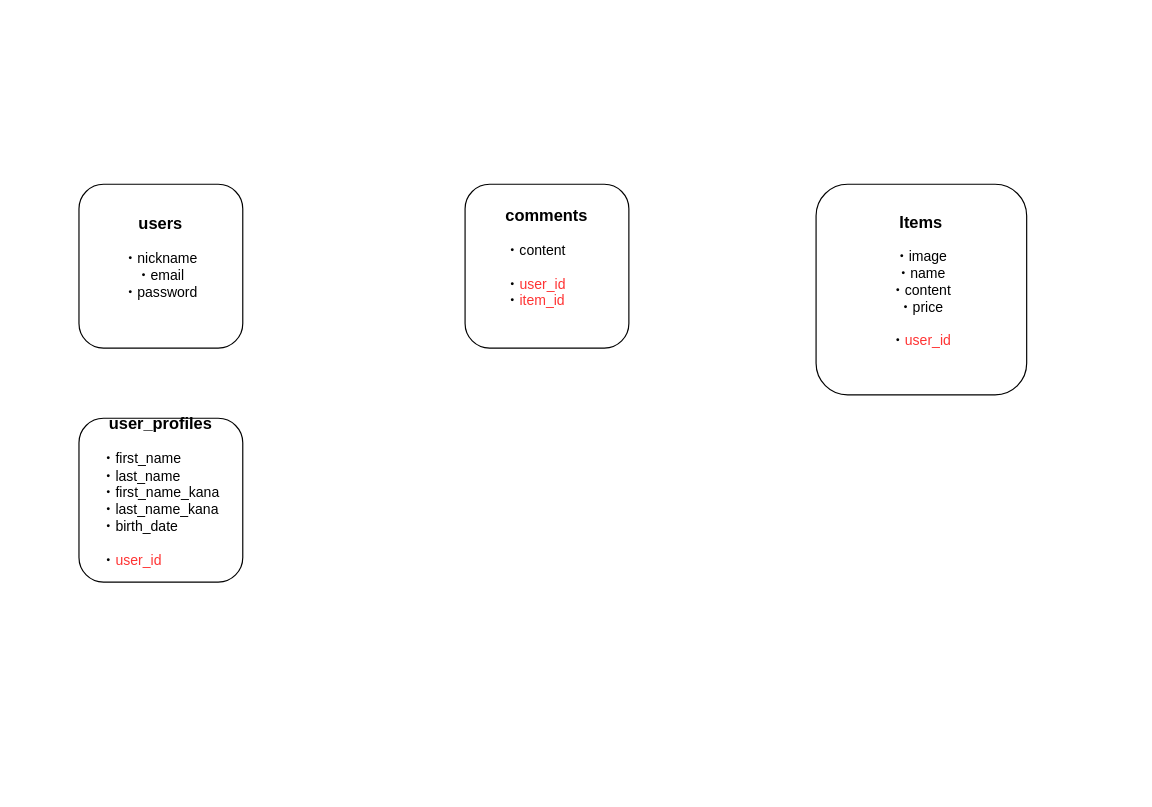
The draw.io diagram furima-29676.drawio in yuma-matsui/furima-29676, before the edit. Source tidied: cells renumbered, new cells numbered last; positions are measured from the earlier drawing's top-left corner, leaving out a move shared by most shapes. Both pictures are drawn from the tidied source at 117%, with x=0, y=0 at pixel (78, 184).
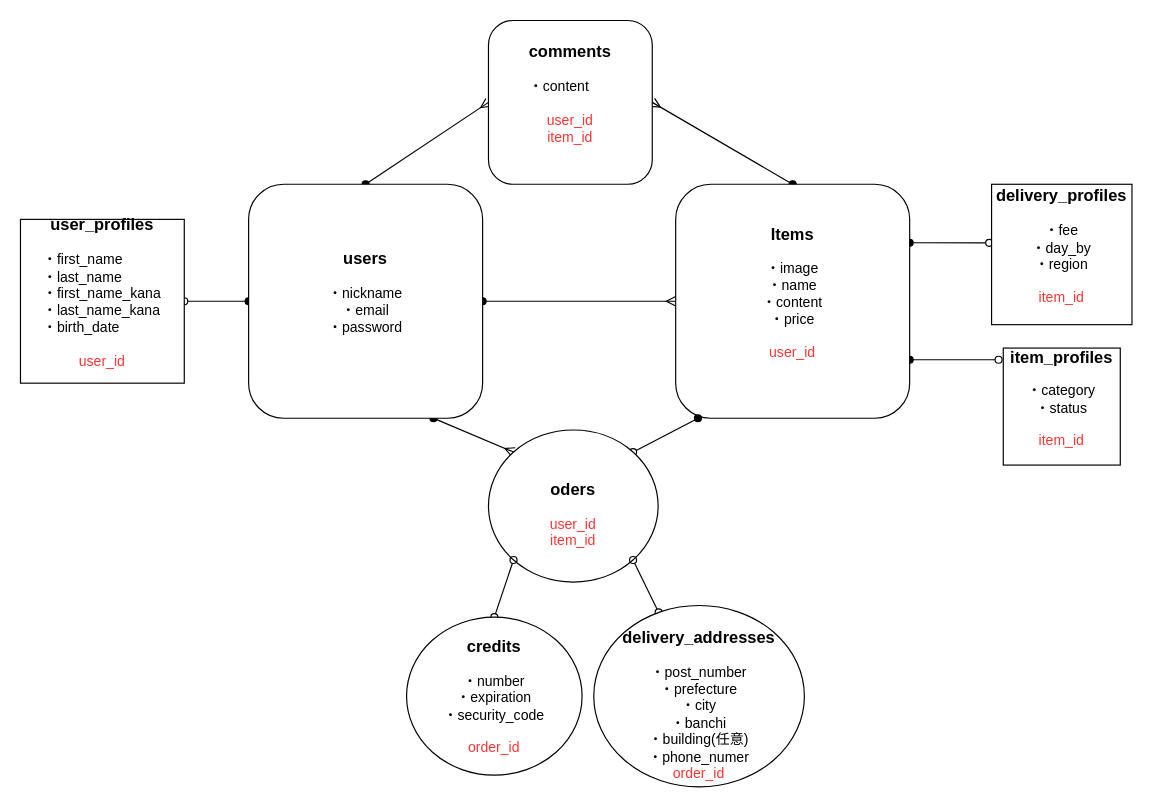
The same page after the edit.

Change to the diagram source:
```diff
@@
+    <mxCell id="6" style="edgeStyle=none;rounded=0;jettySize=auto;html=1;exitX=0;exitY=0.5;exitDx=0;exitDy=0;startArrow=ERmany;startFill=0;endArrow=oval;endFill=1;strokeColor=#000000;fontColor=#FF3333;entryX=0.5;entryY=0;entryDx=0;entryDy=0;" parent="1" edge="1" source="2" target="3">
+      <mxGeometry relative="1" as="geometry" />
+    </mxCell>
+    <mxCell id="7" style="edgeStyle=none;rounded=0;jettySize=auto;html=1;exitX=1;exitY=0.5;exitDx=0;exitDy=0;startArrow=ERmany;startFill=0;endArrow=oval;endFill=1;strokeColor=#000000;fontColor=#FF3333;entryX=0.5;entryY=0;entryDx=0;entryDy=0;" parent="1" edge="1" source="2" target="5">
+      <mxGeometry relative="1" as="geometry" />
+    </mxCell>
-    <mxCell id="2" value="&lt;h3&gt;comments&lt;/h3&gt;&lt;div style=&quot;text-align: left ; font-size: 11px&quot;&gt;&lt;span style=&quot;font-size: 12px&quot;&gt;・content&lt;/span&gt;&lt;br&gt;&lt;/div&gt;&lt;div style=&quot;text-align: left ; font-size: 11px&quot;&gt;&lt;span style=&quot;font-size: 12px&quot;&gt;&lt;br&gt;&lt;/span&gt;&lt;/div&gt;&lt;div style=&quot;text-align: left ; font-size: 11px&quot;&gt;&lt;span style=&quot;font-size: 12px&quot;&gt;・&lt;font color=&quot;#ff3333&quot;&gt;user_id&lt;/font&gt;&lt;/span&gt;&lt;/div&gt;&lt;div style=&quot;text-align: left ; font-size: 11px&quot;&gt;&lt;span style=&quot;font-size: 12px&quot;&gt;・&lt;font color=&quot;#ff3333&quot;&gt;item_id&lt;/font&gt;&lt;/span&gt;&lt;/div&gt;&lt;div style=&quot;text-align: left ; font-size: 11px&quot;&gt;&lt;span style=&quot;font-size: 12px&quot;&gt;&lt;font color=&quot;#ff3333&quot;&gt;&lt;br&gt;&lt;/font&gt;&lt;/span&gt;&lt;/div&gt;&lt;div style=&quot;text-align: left ; font-size: 11px&quot;&gt;&lt;span style=&quot;font-size: 12px&quot;&gt;&lt;br&gt;&lt;/span&gt;&lt;/div&gt;" style="whiteSpace=wrap;html=1;align=center;rounded=1;" parent="1" vertex="1">
-      <mxGeometry x="330" width="140" height="140" as="geometry" />
+    <mxCell id="2" value="&lt;h3&gt;comments&lt;/h3&gt;&lt;div style=&quot;text-align: left ; font-size: 11px&quot;&gt;&lt;span style=&quot;font-size: 12px&quot;&gt;・content&lt;/span&gt;&lt;br&gt;&lt;/div&gt;&lt;div style=&quot;text-align: left ; font-size: 11px&quot;&gt;&lt;span style=&quot;font-size: 12px&quot;&gt;&lt;br&gt;&lt;/span&gt;&lt;/div&gt;&lt;div style=&quot;font-size: 11px&quot;&gt;&lt;span style=&quot;font-size: 12px&quot;&gt;&lt;font color=&quot;#ff3333&quot;&gt;user_id&lt;/font&gt;&lt;/span&gt;&lt;/div&gt;&lt;div style=&quot;font-size: 11px&quot;&gt;&lt;span style=&quot;color: rgb(255 , 51 , 51) ; font-size: 12px&quot;&gt;item_id&lt;/span&gt;&lt;/div&gt;&lt;div style=&quot;text-align: left ; font-size: 11px&quot;&gt;&lt;span style=&quot;font-size: 12px&quot;&gt;&lt;font color=&quot;#ff3333&quot;&gt;&lt;br&gt;&lt;/font&gt;&lt;/span&gt;&lt;/div&gt;&lt;div style=&quot;text-align: left ; font-size: 11px&quot;&gt;&lt;span style=&quot;font-size: 12px&quot;&gt;&lt;br&gt;&lt;/span&gt;&lt;/div&gt;" style="whiteSpace=wrap;html=1;align=center;rounded=1;" parent="1" vertex="1">
+      <mxGeometry x="350" y="-140" width="140" height="140" as="geometry" />
     </mxCell>
+    <mxCell id="8" style="edgeStyle=none;rounded=0;jettySize=auto;html=1;entryX=0;entryY=0;entryDx=0;entryDy=0;startArrow=oval;startFill=1;endArrow=ERmany;endFill=0;strokeColor=#000000;fontColor=#FF3333;" parent="1" edge="1" target="16">
+      <mxGeometry relative="1" as="geometry">
+        <mxPoint x="303" y="200" as="sourcePoint" />
+      </mxGeometry>
+    </mxCell>
+    <mxCell id="9" style="edgeStyle=none;rounded=0;jettySize=auto;html=1;startArrow=oval;startFill=1;endArrow=oval;endFill=0;strokeColor=#000000;fontColor=#FF3333;" parent="1" edge="1" source="3" target="4">
+      <mxGeometry relative="1" as="geometry" />
+    </mxCell>
+    <mxCell id="10" style="edgeStyle=none;rounded=0;jettySize=auto;html=1;exitX=1;exitY=0.5;exitDx=0;exitDy=0;entryX=0;entryY=0.5;entryDx=0;entryDy=0;startArrow=oval;startFill=1;endArrow=ERmany;endFill=0;strokeColor=#000000;fontColor=#FF3333;" parent="1" edge="1" source="3" target="5">
+      <mxGeometry relative="1" as="geometry" />
+    </mxCell>
     <mxCell id="3" value="&lt;h3&gt;users&lt;/h3&gt;&lt;div&gt;・nickname&lt;/div&gt;&lt;div&gt;・email&lt;/div&gt;&lt;div&gt;・password&lt;/div&gt;&lt;div&gt;&lt;br&gt;&lt;/div&gt;&lt;div style=&quot;text-align: left ; font-size: 11px&quot;&gt;&lt;span style=&quot;font-size: 12px&quot;&gt;&lt;br&gt;&lt;/span&gt;&lt;/div&gt;" style="whiteSpace=wrap;html=1;align=center;rounded=1;" parent="1" vertex="1">
-      <mxGeometry width="140" height="140" as="geometry" />
+      <mxGeometry x="145" width="200" height="200" as="geometry" />
     </mxCell>
-    <mxCell id="4" value="&lt;h3&gt;user_profiles&lt;/h3&gt;&lt;div style=&quot;text-align: left ; font-size: 11px&quot;&gt;&lt;span style=&quot;font-size: 12px&quot;&gt;・first_name&lt;/span&gt;&lt;br&gt;&lt;/div&gt;&lt;div style=&quot;text-align: left ; font-size: 11px&quot;&gt;&lt;span style=&quot;font-size: 12px&quot;&gt;・last_name&lt;/span&gt;&lt;/div&gt;&lt;div style=&quot;text-align: left ; font-size: 11px&quot;&gt;&lt;span style=&quot;font-size: 12px&quot;&gt;・first_name_kana&lt;/span&gt;&lt;/div&gt;&lt;div style=&quot;text-align: left ; font-size: 11px&quot;&gt;&lt;span style=&quot;font-size: 12px&quot;&gt;・last_name_kana&lt;/span&gt;&lt;/div&gt;&lt;div style=&quot;text-align: left ; font-size: 11px&quot;&gt;&lt;span style=&quot;font-size: 12px&quot;&gt;・birth_date&lt;/span&gt;&lt;/div&gt;&lt;div style=&quot;text-align: left ; font-size: 11px&quot;&gt;&lt;span style=&quot;font-size: 12px&quot;&gt;&lt;br&gt;&lt;/span&gt;&lt;/div&gt;&lt;div style=&quot;text-align: left ; font-size: 11px&quot;&gt;&lt;span style=&quot;font-size: 12px&quot;&gt;・&lt;font color=&quot;#ff3333&quot;&gt;user_id&lt;/font&gt;&lt;/span&gt;&lt;/div&gt;&lt;div style=&quot;text-align: left ; font-size: 11px&quot;&gt;&lt;span style=&quot;font-size: 12px&quot;&gt;&lt;font color=&quot;#ff3333&quot;&gt;&lt;br&gt;&lt;/font&gt;&lt;/span&gt;&lt;/div&gt;&lt;div style=&quot;text-align: left ; font-size: 11px&quot;&gt;&lt;span style=&quot;font-size: 12px&quot;&gt;&lt;br&gt;&lt;/span&gt;&lt;/div&gt;" style="whiteSpace=wrap;html=1;align=center;rounded=1;" parent="1" vertex="1">
-      <mxGeometry y="200" width="140" height="140" as="geometry" />
+    <mxCell id="4" value="&lt;h3&gt;user_profiles&lt;/h3&gt;&lt;div style=&quot;text-align: left ; font-size: 11px&quot;&gt;&lt;span style=&quot;font-size: 12px&quot;&gt;・first_name&lt;/span&gt;&lt;br&gt;&lt;/div&gt;&lt;div style=&quot;text-align: left ; font-size: 11px&quot;&gt;&lt;span style=&quot;font-size: 12px&quot;&gt;・last_name&lt;/span&gt;&lt;/div&gt;&lt;div style=&quot;text-align: left ; font-size: 11px&quot;&gt;&lt;span style=&quot;font-size: 12px&quot;&gt;・first_name_kana&lt;/span&gt;&lt;/div&gt;&lt;div style=&quot;text-align: left ; font-size: 11px&quot;&gt;&lt;span style=&quot;font-size: 12px&quot;&gt;・last_name_kana&lt;/span&gt;&lt;/div&gt;&lt;div style=&quot;text-align: left ; font-size: 11px&quot;&gt;&lt;span style=&quot;font-size: 12px&quot;&gt;・birth_date&lt;/span&gt;&lt;/div&gt;&lt;div style=&quot;text-align: left ; font-size: 11px&quot;&gt;&lt;span style=&quot;font-size: 12px&quot;&gt;&lt;br&gt;&lt;/span&gt;&lt;/div&gt;&lt;div style=&quot;font-size: 11px&quot;&gt;&lt;span style=&quot;font-size: 12px&quot;&gt;&lt;font color=&quot;#ff3333&quot;&gt;user_id&lt;/font&gt;&lt;/span&gt;&lt;/div&gt;&lt;div style=&quot;text-align: left ; font-size: 11px&quot;&gt;&lt;span style=&quot;font-size: 12px&quot;&gt;&lt;font color=&quot;#ff3333&quot;&gt;&lt;br&gt;&lt;/font&gt;&lt;/span&gt;&lt;/div&gt;&lt;div style=&quot;text-align: left ; font-size: 11px&quot;&gt;&lt;span style=&quot;font-size: 12px&quot;&gt;&lt;br&gt;&lt;/span&gt;&lt;/div&gt;" style="whiteSpace=wrap;html=1;align=center;rounded=0;" parent="1" vertex="1">
+      <mxGeometry x="-50" y="30" width="140" height="140" as="geometry" />
     </mxCell>
+    <mxCell id="11" style="edgeStyle=none;rounded=0;jettySize=auto;html=1;exitX=1;exitY=0.25;exitDx=0;exitDy=0;entryX=-0.017;entryY=0.417;entryDx=0;entryDy=0;entryPerimeter=0;startArrow=oval;startFill=1;endArrow=oval;endFill=0;strokeColor=#000000;fontColor=#FF3333;" parent="1" edge="1" source="5" target="14">
+      <mxGeometry relative="1" as="geometry" />
+    </mxCell>
+    <mxCell id="12" style="edgeStyle=none;rounded=0;jettySize=auto;html=1;exitX=1;exitY=0.75;exitDx=0;exitDy=0;entryX=-0.04;entryY=0.1;entryDx=0;entryDy=0;entryPerimeter=0;startArrow=oval;startFill=1;endArrow=oval;endFill=0;strokeColor=#000000;fontColor=#FF3333;" parent="1" edge="1" source="5" target="13">
+      <mxGeometry relative="1" as="geometry" />
+    </mxCell>
-    <mxCell id="5" value="&lt;h3&gt;Items&lt;/h3&gt;&lt;div&gt;・image&lt;/div&gt;&lt;div&gt;・name&lt;/div&gt;&lt;div&gt;・content&lt;/div&gt;&lt;div&gt;・price&lt;/div&gt;&lt;div style=&quot;text-align: left ; font-size: 11px&quot;&gt;&lt;span style=&quot;font-size: 12px&quot;&gt;&lt;br&gt;&lt;/span&gt;&lt;/div&gt;&lt;div style=&quot;text-align: left ; font-size: 11px&quot;&gt;&lt;span style=&quot;font-size: 12px&quot;&gt;・&lt;font color=&quot;#ff3333&quot;&gt;user_id&lt;/font&gt;&lt;/span&gt;&lt;/div&gt;&lt;div style=&quot;text-align: left ; font-size: 11px&quot;&gt;&lt;span style=&quot;font-size: 12px&quot;&gt;&lt;font color=&quot;#ff3333&quot;&gt;&lt;br&gt;&lt;/font&gt;&lt;/span&gt;&lt;/div&gt;&lt;div style=&quot;text-align: left ; font-size: 11px&quot;&gt;&lt;span style=&quot;font-size: 12px&quot;&gt;&lt;br&gt;&lt;/span&gt;&lt;/div&gt;" style="whiteSpace=wrap;html=1;align=center;rounded=1;" parent="1" vertex="1">
-      <mxGeometry x="630" width="180" height="180" as="geometry" />
+    <mxCell id="5" value="&lt;h3&gt;Items&lt;/h3&gt;&lt;div&gt;・image&lt;/div&gt;&lt;div&gt;・name&lt;/div&gt;&lt;div&gt;・content&lt;/div&gt;&lt;div&gt;・price&lt;/div&gt;&lt;div style=&quot;text-align: left ; font-size: 11px&quot;&gt;&lt;span style=&quot;font-size: 12px&quot;&gt;&lt;br&gt;&lt;/span&gt;&lt;/div&gt;&lt;div style=&quot;font-size: 11px&quot;&gt;&lt;span style=&quot;font-size: 12px&quot;&gt;&lt;font color=&quot;#ff3333&quot;&gt;user_id&lt;/font&gt;&lt;/span&gt;&lt;/div&gt;&lt;div style=&quot;text-align: left ; font-size: 11px&quot;&gt;&lt;span style=&quot;font-size: 12px&quot;&gt;&lt;font color=&quot;#ff3333&quot;&gt;&lt;br&gt;&lt;/font&gt;&lt;/span&gt;&lt;/div&gt;&lt;div style=&quot;text-align: left ; font-size: 11px&quot;&gt;&lt;span style=&quot;font-size: 12px&quot;&gt;&lt;br&gt;&lt;/span&gt;&lt;/div&gt;" style="whiteSpace=wrap;html=1;align=center;rounded=1;" parent="1" vertex="1">
+      <mxGeometry x="510" width="200" height="200" as="geometry" />
     </mxCell>
+    <mxCell id="13" value="&lt;h3&gt;item_profiles&lt;/h3&gt;&lt;div style=&quot;font-size: 11px&quot;&gt;&lt;span style=&quot;font-size: 12px&quot;&gt;・category&lt;/span&gt;&lt;br&gt;&lt;/div&gt;&lt;div&gt;・status&lt;/div&gt;&lt;div style=&quot;font-size: 11px&quot;&gt;&lt;br&gt;&lt;/div&gt;&lt;div style=&quot;font-size: 11px&quot;&gt;&lt;span style=&quot;font-size: 12px&quot;&gt;&lt;font color=&quot;#ff3333&quot;&gt;item_id&lt;/font&gt;&lt;/span&gt;&lt;/div&gt;&lt;div style=&quot;font-size: 11px&quot;&gt;&lt;span style=&quot;font-size: 12px&quot;&gt;&lt;font color=&quot;#ff3333&quot;&gt;&lt;br&gt;&lt;/font&gt;&lt;/span&gt;&lt;/div&gt;&lt;div style=&quot;font-size: 11px&quot;&gt;&lt;span style=&quot;font-size: 12px&quot;&gt;&lt;br&gt;&lt;/span&gt;&lt;/div&gt;" style="whiteSpace=wrap;html=1;align=center;" parent="1" vertex="1">
+      <mxGeometry x="790" y="140" width="100" height="100" as="geometry" />
+    </mxCell>
+    <mxCell id="14" value="&lt;h3&gt;delivery_profiles&lt;/h3&gt;&lt;div style=&quot;font-size: 11px&quot;&gt;&lt;span style=&quot;font-size: 12px&quot;&gt;・fee&lt;/span&gt;&lt;br&gt;&lt;/div&gt;&lt;div&gt;・day_by&lt;/div&gt;&lt;div&gt;・region&lt;/div&gt;&lt;div style=&quot;font-size: 11px&quot;&gt;&lt;br&gt;&lt;/div&gt;&lt;div style=&quot;font-size: 11px&quot;&gt;&lt;span style=&quot;font-size: 12px&quot;&gt;&lt;font color=&quot;#ff3333&quot;&gt;item_id&lt;/font&gt;&lt;/span&gt;&lt;/div&gt;&lt;div style=&quot;font-size: 11px&quot;&gt;&lt;span style=&quot;font-size: 12px&quot;&gt;&lt;font color=&quot;#ff3333&quot;&gt;&lt;br&gt;&lt;/font&gt;&lt;/span&gt;&lt;/div&gt;&lt;div style=&quot;font-size: 11px&quot;&gt;&lt;span style=&quot;font-size: 12px&quot;&gt;&lt;br&gt;&lt;/span&gt;&lt;/div&gt;" style="whiteSpace=wrap;html=1;align=center;" parent="1" vertex="1">
+      <mxGeometry x="780" width="120" height="120" as="geometry" />
+    </mxCell>
+    <mxCell id="15" style="edgeStyle=none;rounded=0;jettySize=auto;html=1;exitX=1;exitY=0;exitDx=0;exitDy=0;startArrow=oval;startFill=0;endArrow=oval;endFill=1;strokeColor=#000000;fontColor=#FF3333;entryX=0.095;entryY=1;entryDx=0;entryDy=0;entryPerimeter=0;" parent="1" edge="1" source="16" target="5">
+      <mxGeometry relative="1" as="geometry" />
+    </mxCell>
+    <mxCell id="16" value="&lt;h3&gt;&lt;font color=&quot;#000000&quot;&gt;oders&lt;/font&gt;&lt;/h3&gt;&lt;div&gt;user_id&lt;/div&gt;&lt;div&gt;item_id&lt;/div&gt;" style="ellipse;whiteSpace=wrap;html=1;rounded=0;fontColor=#FF3333;" parent="1" vertex="1">
+      <mxGeometry x="350" y="210" width="145" height="130" as="geometry" />
+    </mxCell>
+    <mxCell id="17" style="jettySize=auto;html=1;exitX=0.5;exitY=0;exitDx=0;exitDy=0;entryX=0;entryY=1;entryDx=0;entryDy=0;fontColor=#FF3333;rounded=0;endArrow=oval;endFill=0;startArrow=oval;startFill=0;" parent="1" edge="1" source="18" target="16">
+      <mxGeometry relative="1" as="geometry" />
+    </mxCell>
+    <mxCell id="18" value="&lt;h3&gt;&lt;font color=&quot;#000000&quot;&gt;credits&lt;/font&gt;&lt;/h3&gt;&lt;div&gt;&lt;font color=&quot;#000000&quot;&gt;・number&lt;/font&gt;&lt;/div&gt;&lt;div&gt;&lt;font color=&quot;#000000&quot;&gt;・expiration&lt;/font&gt;&lt;/div&gt;&lt;div&gt;&lt;font color=&quot;#000000&quot;&gt;・security_code&lt;/font&gt;&lt;/div&gt;&lt;div&gt;&lt;font color=&quot;#000000&quot;&gt;&lt;br&gt;&lt;/font&gt;&lt;/div&gt;&lt;div&gt;order_id&lt;/div&gt;&lt;div&gt;&lt;br&gt;&lt;/div&gt;" style="ellipse;whiteSpace=wrap;html=1;rounded=0;fontColor=#FF3333;" parent="1" vertex="1">
+      <mxGeometry x="280" y="370" width="150" height="135" as="geometry" />
+    </mxCell>
+    <mxCell id="19" style="edgeStyle=none;rounded=0;jettySize=auto;html=1;entryX=1;entryY=1;entryDx=0;entryDy=0;startArrow=oval;startFill=0;endArrow=oval;endFill=0;strokeColor=#000000;fontColor=#FF3333;" parent="1" edge="1" source="20" target="16">
+      <mxGeometry relative="1" as="geometry" />
+    </mxCell>
+    <mxCell id="20" value="&lt;h3&gt;&lt;font color=&quot;#000000&quot;&gt;delivery_addresses&lt;/font&gt;&lt;/h3&gt;&lt;div&gt;&lt;font color=&quot;#000000&quot;&gt;・post_number&lt;/font&gt;&lt;/div&gt;&lt;div&gt;&lt;font color=&quot;#000000&quot;&gt;・prefecture&lt;/font&gt;&lt;/div&gt;&lt;div&gt;&lt;font color=&quot;#000000&quot;&gt;・city&lt;/font&gt;&lt;/div&gt;&lt;div&gt;&lt;font color=&quot;#000000&quot;&gt;・banchi&lt;/font&gt;&lt;/div&gt;&lt;div&gt;&lt;font color=&quot;#000000&quot;&gt;・building(任意)&lt;/font&gt;&lt;/div&gt;&lt;div&gt;&lt;font color=&quot;#000000&quot;&gt;・phone_numer&lt;/font&gt;&lt;/div&gt;&lt;div&gt;order&lt;span&gt;_id&lt;/span&gt;&lt;/div&gt;" style="ellipse;whiteSpace=wrap;html=1;rounded=0;fontColor=#FF3333;" parent="1" vertex="1">
+      <mxGeometry x="440" y="360" width="180" height="155" as="geometry" />
+    </mxCell>
```
